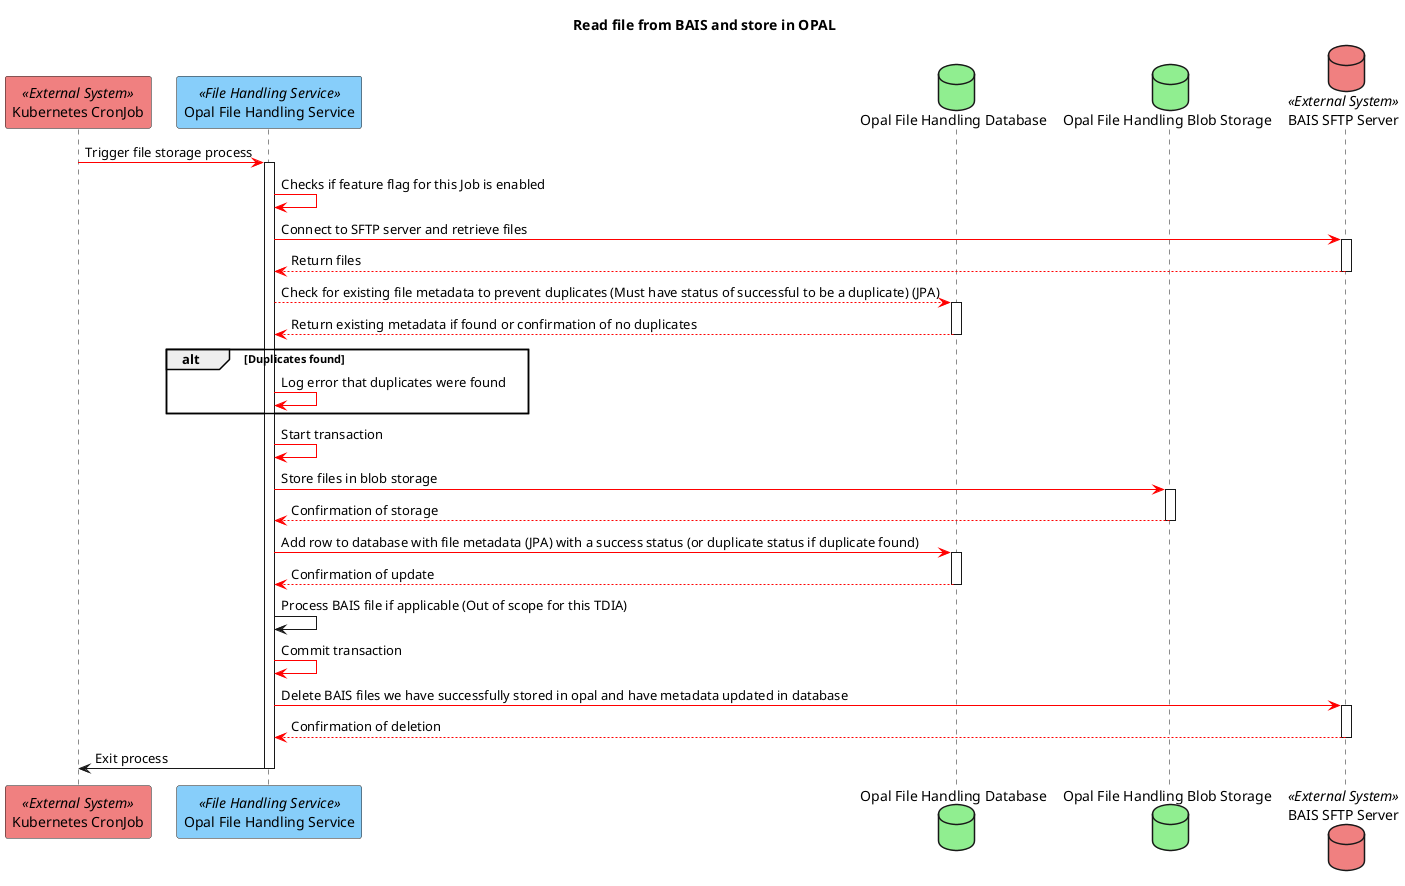
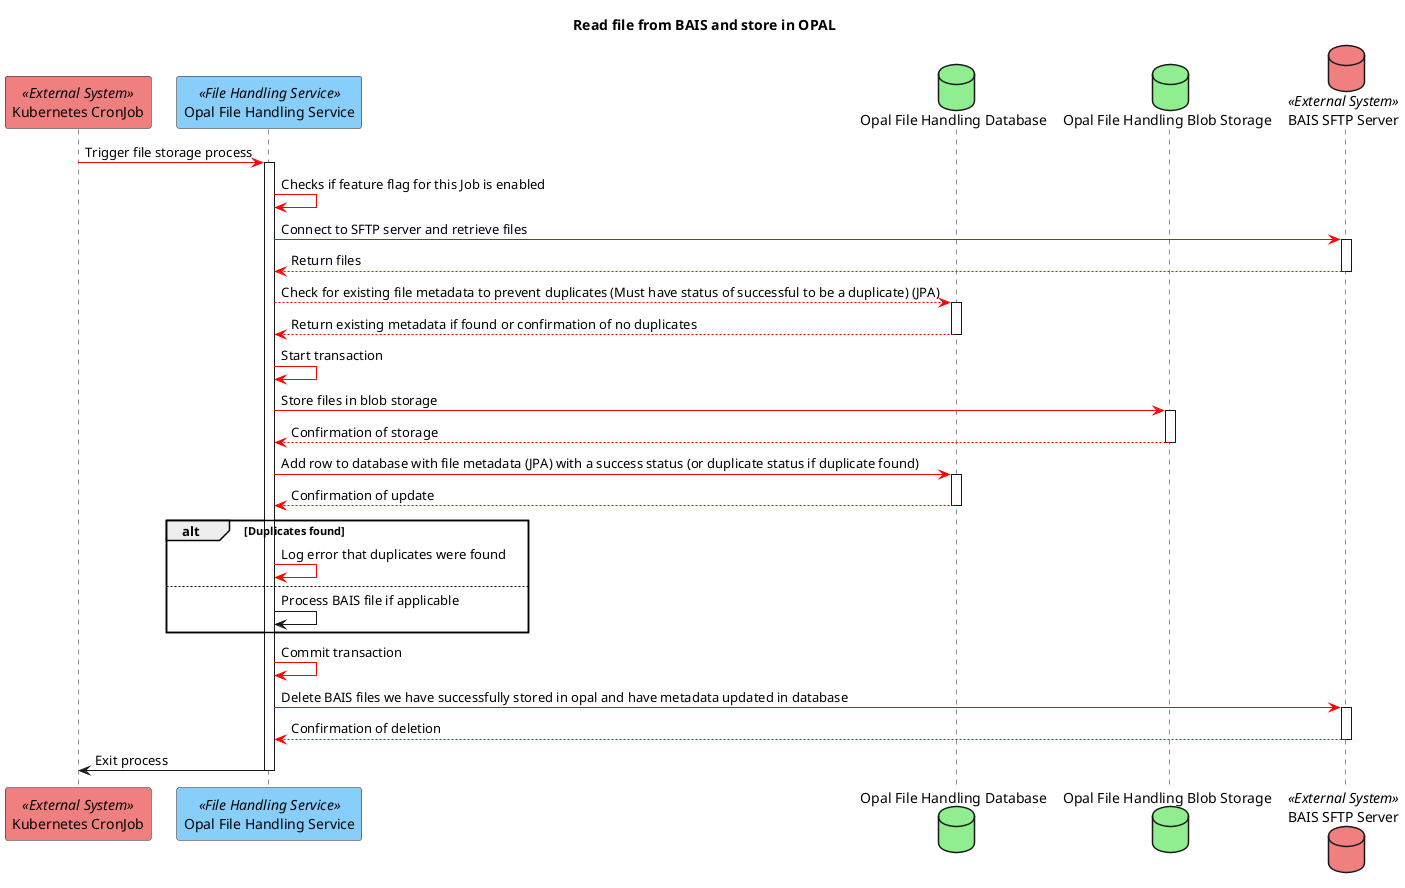
@startuml
title Read file from BAIS and store in OPAL
participant "Kubernetes CronJob" as cronjob <<External System>> #LightCoral
participant "Opal File Handling Service" as fileHandlingService <<File Handling Service>> #LightSkyBlue
database "Opal File Handling Database" as fileHandlingDb #LightGreen
database "Opal File Handling Blob Storage" as fileHandlingBlobStorage #LightGreen
database "BAIS SFTP Server" as baisSftpServer <<External System>> #LightCoral

cronjob -[#red]> fileHandlingService ++ : Trigger file storage process
fileHandlingService -[#red]> fileHandlingService : Checks if feature flag for this Job is enabled
fileHandlingService -[#red]> baisSftpServer ++ : Connect to SFTP server and retrieve files
baisSftpServer -[#red]-> fileHandlingService -- : Return files
fileHandlingService -[#red]-> fileHandlingDb ++ : Check for existing file metadata to prevent duplicates (Must have status of successful to be a duplicate) (JPA)
fileHandlingDb -[#red]-> fileHandlingService -- : Return existing metadata if found or confirmation of no duplicates
- alt Duplicates found
-     fileHandlingService -[#red]> fileHandlingService : Log error that duplicates were found
- end
+ 
fileHandlingService -[#red]> fileHandlingService : Start transaction
fileHandlingService -[#red]> fileHandlingBlobStorage ++ : Store files in blob storage
fileHandlingBlobStorage -[#red]-> fileHandlingService -- : Confirmation of storage
fileHandlingService -[#red]> fileHandlingDb ++ : Add row to database with file metadata (JPA) with a success status (or duplicate status if duplicate found)
fileHandlingDb -[#red]-> fileHandlingService -- : Confirmation of update
- fileHandlingService -> fileHandlingService: Process BAIS file if applicable (Out of scope for this TDIA)
+ alt Duplicates found
+     fileHandlingService -[#red]> fileHandlingService : Log error that duplicates were found
+ else
+     fileHandlingService -> fileHandlingService: Process BAIS file if applicable
+ end
fileHandlingService -[#red]> fileHandlingService : Commit transaction
fileHandlingService -[#red]> baisSftpServer ++ : Delete BAIS files we have successfully stored in opal and have metadata updated in database
baisSftpServer -[#red]-> fileHandlingService -- : Confirmation of deletion
fileHandlingService -> cronjob -- : Exit process
@enduml